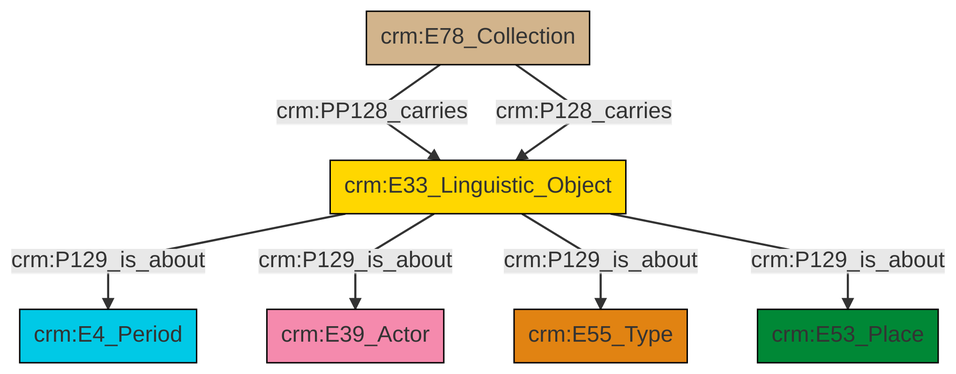
Earlier version of the Mermaid export et/archivalCSV/ttl/mmd/png/archival_aboutness.png (swiss-art-research-net/docs.swissartresearch). Its source is kept beside it as et/archivalCSV/ttl/mmd/archival_aboutness.ttl.mmd.
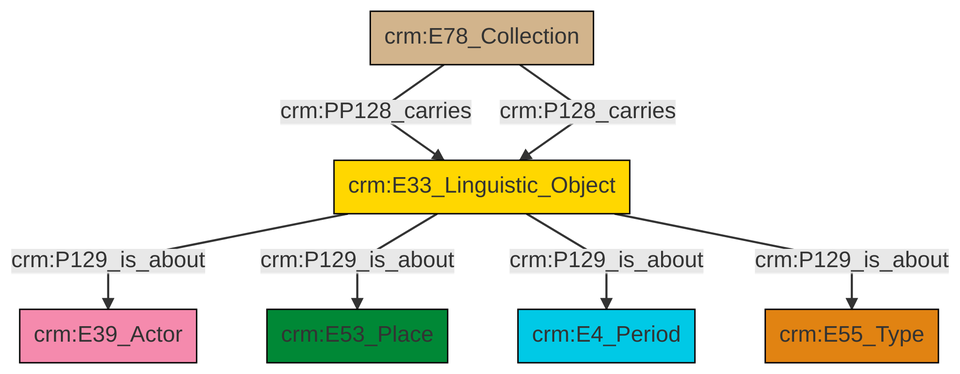
Above is the later version.

What changed in the source:
```diff
@@ -13,9 +13,9 @@
 classDef PC_Classes fill:#4ce600, stroke:#000000;
 classDef Multi fill:#cccccc,stroke:#000000;
 
-0["crm:E33_Linguistic_Object"]:::Conceptual_Object -->|crm:P129_is_about| 1["crm:E4_Period"]:::Temporal_Entity
-0["crm:E33_Linguistic_Object"]:::Conceptual_Object -->|crm:P129_is_about| 2["crm:E39_Actor"]:::Actor
-0["crm:E33_Linguistic_Object"]:::Conceptual_Object -->|crm:P129_is_about| 3["crm:E55_Type"]:::Type
-8["crm:E78_Collection"]:::Physical_Thing -->|crm:PP128_carries| 0["crm:E33_Linguistic_Object"]:::Conceptual_Object
-0["crm:E33_Linguistic_Object"]:::Conceptual_Object -->|crm:P129_is_about| 9["crm:E53_Place"]:::Place
-8["crm:E78_Collection"]:::Physical_Thing -->|crm:P128_carries| 0["crm:E33_Linguistic_Object"]:::Conceptual_Object
+2["crm:E33_Linguistic_Object"]:::Conceptual_Object -->|crm:P129_is_about| 3["crm:E39_Actor"]:::Actor
+0["crm:E78_Collection"]:::Physical_Thing -->|crm:PP128_carries| 2["crm:E33_Linguistic_Object"]:::Conceptual_Object
+2["crm:E33_Linguistic_Object"]:::Conceptual_Object -->|crm:P129_is_about| 6["crm:E53_Place"]:::Place
+0["crm:E78_Collection"]:::Physical_Thing -->|crm:P128_carries| 2["crm:E33_Linguistic_Object"]:::Conceptual_Object
+2["crm:E33_Linguistic_Object"]:::Conceptual_Object -->|crm:P129_is_about| 9["crm:E4_Period"]:::Temporal_Entity
+2["crm:E33_Linguistic_Object"]:::Conceptual_Object -->|crm:P129_is_about| 4["crm:E55_Type"]:::Type
```
